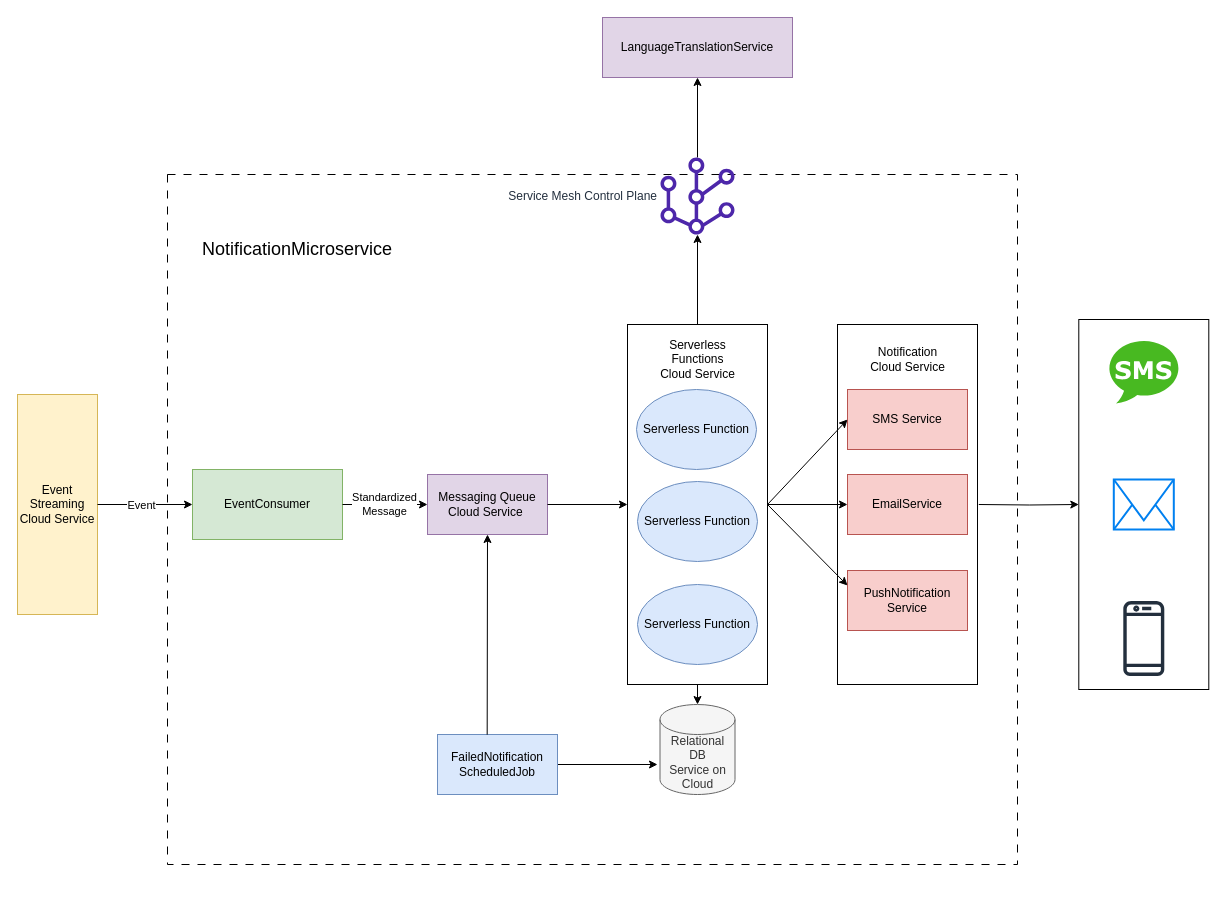
The draw.io diagram Diagrams/IndividualComponentDiagrams/RawFiles/NotificationService.drawio in beyond-blueprints/arch-katas-2023, before the edit. Source tidied: cells renumbered, new cells numbered last; positions are measured from the earlier drawing's top-left corner, leaving out a move shared by most shapes. Both pictures are drawn from the tidied source at 100%, with x=0, y=0 at pixel (17, 17).
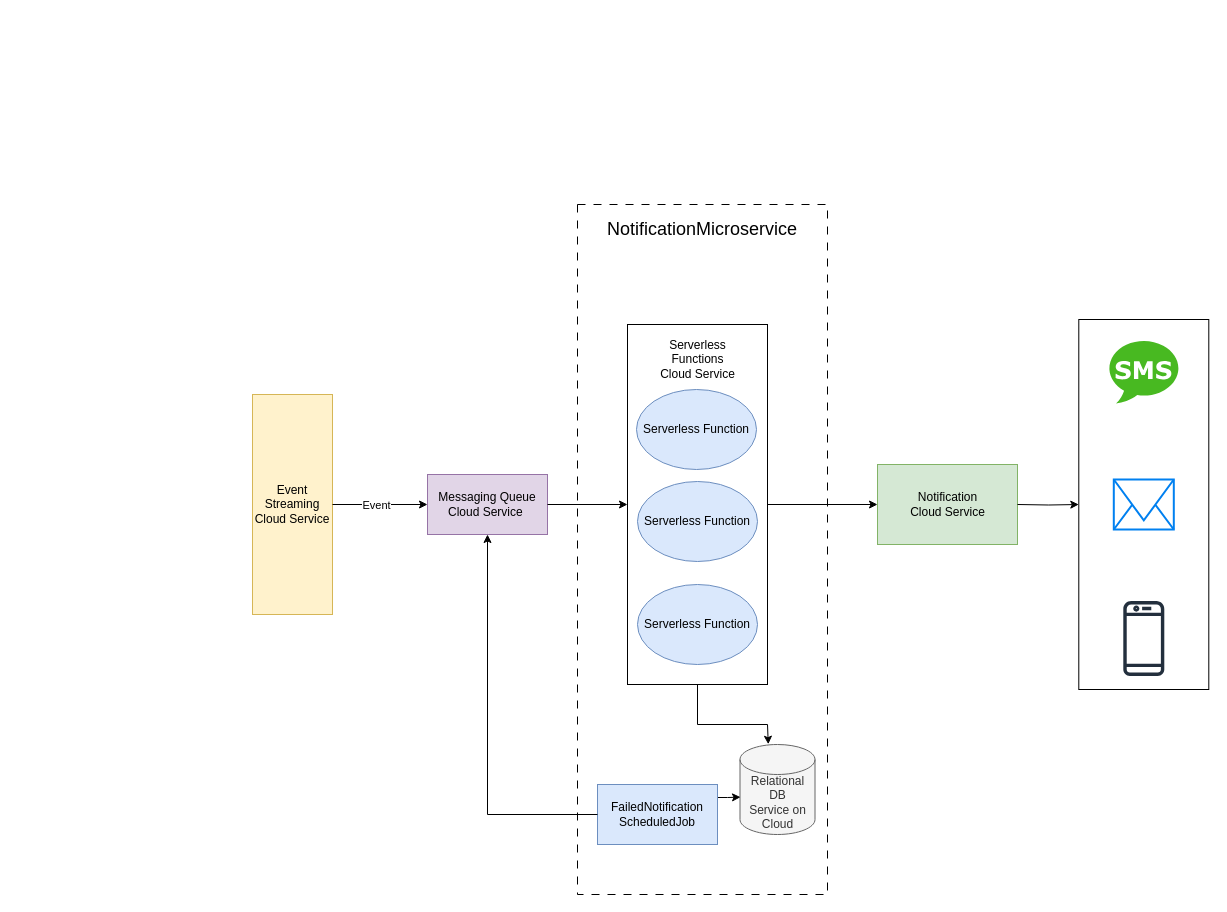
Above is the later version.

Unchanged cells that the change refers to:
```xml
<mxCell id="4" style="rounded=0;whiteSpace=wrap;html=1;" parent="1" vertex="1">
  <mxGeometry x="610" y="307" width="140" height="360" as="geometry" />
</mxCell>
<mxCell id="12" value="Messaging Queue Cloud Service&amp;nbsp;" style="rounded=0;whiteSpace=wrap;html=1;fillColor=#e1d5e7;strokeColor=#9673a6;" parent="1" vertex="1">
  <mxGeometry x="410" y="457" width="120" height="60" as="geometry" />
</mxCell>
<mxCell id="33" style="rounded=0;whiteSpace=wrap;html=1;" parent="1" vertex="1">
  <mxGeometry x="1061.3" y="302" width="130" height="370" as="geometry" />
</mxCell>
```

What changed in the source:
```diff
@@
     <mxCell id="2" style="rounded=0;whiteSpace=wrap;html=1;align=right;fontSize=18;labelPosition=left;verticalLabelPosition=top;verticalAlign=bottom;horizontal=1;dashed=1;dashPattern=8 8;fillStyle=dots;strokeColor=default;fillColor=none;" parent="1" vertex="1">
-      <mxGeometry x="150" y="157" width="850" height="690" as="geometry" />
+      <mxGeometry x="560" y="187" width="250" height="690" as="geometry" />
     </mxCell>
-    <mxCell id="3" style="rounded=0;whiteSpace=wrap;html=1;" parent="1" vertex="1">
-      <mxGeometry x="820" y="307" width="140" height="360" as="geometry" />
+    <mxCell id="3" style="rounded=0;whiteSpace=wrap;html=1;fillColor=#d5e8d4;strokeColor=#82b366;" parent="1" vertex="1">
+      <mxGeometry x="860" y="447" width="140" height="80" as="geometry" />
     </mxCell>
@@
     <mxCell id="5" value="Event Streaming Cloud Service" style="rounded=0;whiteSpace=wrap;html=1;fillColor=#fff2cc;strokeColor=#d6b656;" parent="1" vertex="1">
-      <mxGeometry y="377" width="80" height="220" as="geometry" />
+      <mxGeometry x="235" y="377" width="80" height="220" as="geometry" />
     </mxCell>
-    <mxCell id="6" value="EventConsumer" style="rounded=0;whiteSpace=wrap;html=1;fillColor=#d5e8d4;strokeColor=#82b366;" parent="1" vertex="1">
-      <mxGeometry x="175" y="452" width="150" height="70" as="geometry" />
-    </mxCell>
@@
     <mxCell id="9" value="Relational&lt;br&gt;DB&lt;br&gt;Service on Cloud" style="shape=cylinder3;whiteSpace=wrap;html=1;boundedLbl=1;backgroundOutline=1;size=15;fillColor=#f5f5f5;strokeColor=#666666;fontColor=#333333;" parent="1" vertex="1">
-      <mxGeometry x="642.5" y="687" width="75" height="90" as="geometry" />
+      <mxGeometry x="722.5" y="727" width="75" height="90" as="geometry" />
     </mxCell>
-    <mxCell id="10" style="endArrow=classic;html=1;rounded=0;exitX=1;exitY=0.5;exitDx=0;exitDy=0;entryX=0;entryY=0.5;entryDx=0;entryDy=0;" parent="1" edge="1" source="5" target="6">
-      <mxGeometry relative="1" as="geometry" />
+    <mxCell id="10" style="endArrow=classic;html=1;rounded=0;exitX=1;exitY=0.5;exitDx=0;exitDy=0;entryX=0;entryY=0.5;entryDx=0;entryDy=0;" parent="1" edge="1" source="5">
+      <mxGeometry relative="1" as="geometry">
+        <mxPoint x="410" y="487" as="targetPoint" />
+      </mxGeometry>
     </mxCell>
@@
-    <mxCell id="13" value="SMS Service" style="rounded=0;whiteSpace=wrap;html=1;fillColor=#f8cecc;strokeColor=#b85450;" parent="1" vertex="1">
-      <mxGeometry x="830" y="372" width="120" height="60" as="geometry" />
-    </mxCell>
-    <mxCell id="14" value="EmailService" style="rounded=0;whiteSpace=wrap;html=1;fillColor=#f8cecc;strokeColor=#b85450;" parent="1" vertex="1">
-      <mxGeometry x="830" y="457" width="120" height="60" as="geometry" />
-    </mxCell>
-    <mxCell id="15" value="PushNotification&lt;br&gt;Service" style="rounded=0;whiteSpace=wrap;html=1;fillColor=#f8cecc;strokeColor=#b85450;" parent="1" vertex="1">
-      <mxGeometry x="830" y="553" width="120" height="60" as="geometry" />
-    </mxCell>
-    <mxCell id="16" style="endArrow=classic;html=1;rounded=0;exitX=1;exitY=0.5;exitDx=0;exitDy=0;entryX=0;entryY=0.5;entryDx=0;entryDy=0;" parent="1" edge="1" source="6" target="12">
-      <mxGeometry relative="1" as="geometry" />
-    </mxCell>
-    <mxCell id="17" value="Standardized &lt;br&gt;Message" style="edgeLabel;html=1;align=center;verticalAlign=middle;" parent="16" vertex="1">
-      <mxGeometry x="-0.03" y="1" relative="1" as="geometry" />
-    </mxCell>
-    <mxCell id="18" style="endArrow=classic;html=1;rounded=0;exitX=0;exitY=0.5;exitDx=0;exitDy=0;" parent="1" edge="1" source="19">
-      <mxGeometry relative="1" as="geometry">
-        <mxPoint x="640" y="747" as="targetPoint" />
-      </mxGeometry>
-    </mxCell>
+    <mxCell id="39" style="edgeStyle=orthogonalEdgeStyle;rounded=0;jettySize=auto;html=1;entryX=0.007;entryY=0.585;entryDx=0;entryDy=0;entryPerimeter=0;" parent="1" edge="1" source="19" target="9">
+      <mxGeometry relative="1" as="geometry">
+        <Array as="points">
+          <mxPoint x="710" y="780" />
+          <mxPoint x="710" y="780" />
+        </Array>
+      </mxGeometry>
+    </mxCell>
     <mxCell id="19" value="FailedNotification&lt;br style=&quot;border-color: var(--border-color);&quot;&gt;ScheduledJob" style="rounded=0;whiteSpace=wrap;html=1;fillColor=#dae8fc;strokeColor=#6c8ebf;" parent="1" vertex="1">
-      <mxGeometry x="420" y="717" width="120" height="60" as="geometry" />
+      <mxGeometry x="580" y="767" width="120" height="60" as="geometry" />
     </mxCell>
@@
-    <mxCell id="21" style="endArrow=classic;html=1;rounded=0;exitX=0.414;exitY=0.003;exitDx=0;exitDy=0;exitPerimeter=0;entryX=0.5;entryY=1;entryDx=0;entryDy=0;" parent="1" edge="1" source="19" target="12">
-      <mxGeometry relative="1" as="geometry" />
+    <mxCell id="21" style="endArrow=classic;html=1;rounded=0;exitX=0;exitY=0.5;exitDx=0;exitDy=0;entryX=0.5;entryY=1;entryDx=0;entryDy=0;" parent="1" edge="1" source="19" target="12">
+      <mxGeometry relative="1" as="geometry">
+        <Array as="points">
+          <mxPoint x="470" y="797" />
+        </Array>
+      </mxGeometry>
     </mxCell>
@@
-    <mxCell id="23" style="endArrow=classic;html=1;rounded=0;exitX=1;exitY=0.5;exitDx=0;exitDy=0;entryX=0;entryY=0.5;entryDx=0;entryDy=0;" parent="1" edge="1" source="4" target="13">
-      <mxGeometry relative="1" as="geometry" />
-    </mxCell>
-    <mxCell id="24" style="endArrow=classic;html=1;rounded=0;exitX=1;exitY=0.5;exitDx=0;exitDy=0;entryX=0;entryY=0.25;entryDx=0;entryDy=0;" parent="1" edge="1" source="4" target="15">
-      <mxGeometry relative="1" as="geometry" />
-    </mxCell>
-    <mxCell id="25" style="endArrow=classic;html=1;rounded=0;exitX=1;exitY=0.5;exitDx=0;exitDy=0;entryX=0;entryY=0.5;entryDx=0;entryDy=0;" parent="1" edge="1" source="4" target="14">
-      <mxGeometry relative="1" as="geometry" />
+    <mxCell id="25" style="endArrow=classic;html=1;rounded=0;exitX=1;exitY=0.5;exitDx=0;exitDy=0;" parent="1" edge="1" source="4">
+      <mxGeometry relative="1" as="geometry">
+        <mxPoint x="860" y="487" as="targetPoint" />
+      </mxGeometry>
     </mxCell>
-    <mxCell id="26" style="endArrow=classic;html=1;rounded=0;exitX=0.5;exitY=1;exitDx=0;exitDy=0;" parent="1" edge="1" source="4" target="9">
+    <mxCell id="26" style="endArrow=classic;html=1;rounded=0;exitX=0.5;exitY=1;exitDx=0;exitDy=0;entryX=0.377;entryY=-0.003;entryDx=0;entryDy=0;entryPerimeter=0;" parent="1" edge="1" source="4" target="9">
       <mxGeometry relative="1" as="geometry">
         <Array as="points">
-          <mxPoint x="680" y="687" />
+          <mxPoint x="680" y="707" />
+          <mxPoint x="750" y="707" />
         </Array>
       </mxGeometry>
     </mxCell>
     <mxCell id="27" value="NotificationMicroservice" style="text;html=1;strokeColor=none;fillColor=none;align=center;verticalAlign=middle;whiteSpace=wrap;rounded=0;fontSize=18;" parent="1" vertex="1">
-      <mxGeometry x="210" y="217" width="140" height="30" as="geometry" />
+      <mxGeometry x="615" y="197" width="140" height="30" as="geometry" />
     </mxCell>
-    <mxCell id="28" value="LanguageTranslationService" style="rounded=0;whiteSpace=wrap;html=1;fillColor=#e1d5e7;strokeColor=#9673a6;" parent="1" vertex="1">
-      <mxGeometry x="585" width="190" height="60" as="geometry" />
-    </mxCell>
-    <mxCell id="29" style="endArrow=classic;html=1;rounded=0;exitX=0.5;exitY=0;exitDx=0;exitDy=0;entryX=0.5;entryY=1;entryDx=0;entryDy=0;" parent="1" edge="1" source="31" target="28">
-      <mxGeometry relative="1" as="geometry" />
-    </mxCell>
-    <mxCell id="30" style="endArrow=classic;html=1;rounded=0;exitX=0.5;exitY=0;exitDx=0;exitDy=0;entryX=0.5;entryY=1;entryDx=0;entryDy=0;" parent="1" edge="1" source="4" target="31">
-      <mxGeometry relative="1" as="geometry" />
-    </mxCell>
-    <mxCell id="31" value="Service Mesh Control Plane" style="sketch=0;outlineConnect=0;fontColor=#232F3E;gradientColor=none;fillColor=#4D27AA;strokeColor=none;dashed=0;verticalLabelPosition=middle;verticalAlign=middle;align=right;html=1;fontSize=12;fontStyle=0;shape=mxgraph.aws4.mesh;labelPosition=left;" parent="1" vertex="1">
-      <mxGeometry x="641" y="140" width="78" height="77" as="geometry" />
-    </mxCell>
     <mxCell id="32" style="edgeStyle=orthogonalEdgeStyle;rounded=0;jettySize=auto;html=1;" parent="1" edge="1" target="33">
       <mxGeometry relative="1" as="geometry">
-        <mxPoint x="961.3" y="487" as="sourcePoint" />
+        <mxPoint x="1000" y="487" as="sourcePoint" />
       </mxGeometry>
     </mxCell>
@@
     <mxCell id="38" value="Notification Cloud Service" style="text;html=1;strokeColor=none;fillColor=none;align=center;verticalAlign=middle;whiteSpace=wrap;rounded=0;" parent="1" vertex="1">
-      <mxGeometry x="847.5" y="327" width="85" height="30" as="geometry" />
+      <mxGeometry x="887.5" y="472" width="85" height="30" as="geometry" />
     </mxCell>
```
